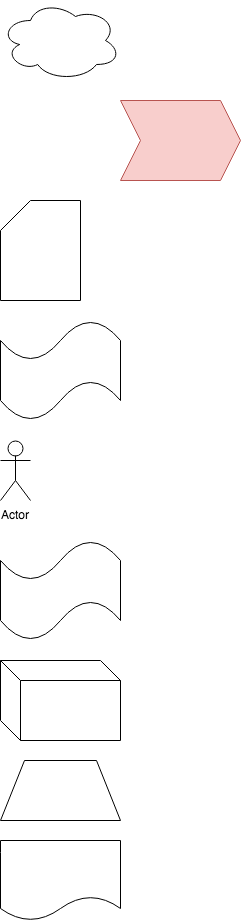
This is test.png from TKKRTKY/benkyoukai_2018, a draw.io export, as it was before one commit. Source tidied: cells renumbered, new cells last; positions are measured from the earlier drawing's top-left corner, leaving out a move shared by most shapes.
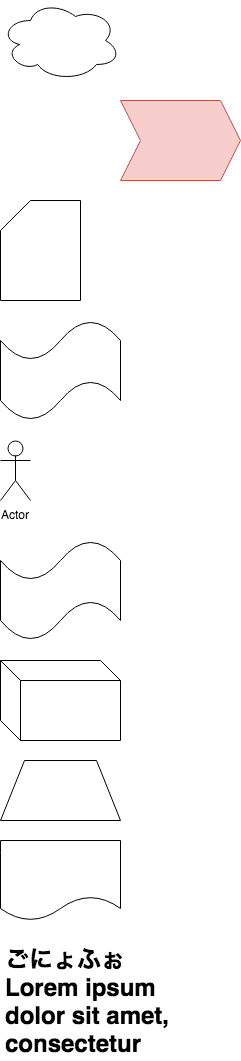
Later version of the same file.

Diff of the diagram source:
```diff
@@ -29,5 +29,8 @@
     <mxCell id="10" style="shape=document;whiteSpace=wrap;html=1;boundedLbl=1;" parent="1" vertex="1">
       <mxGeometry y="840" width="120" height="80" as="geometry" />
     </mxCell>
+    <mxCell id="11" value="&lt;h1&gt;ごにょふぉLorem ipsum dolor sit amet, consectetur adipisicing elit, sed do eiusmod tempor incididunt ut labore et dolore magna aliqua.&lt;br&gt;&lt;/h1&gt;" style="text;html=1;strokeColor=none;fillColor=none;spacing=5;spacingTop=-20;whiteSpace=wrap;overflow=hidden;rounded=0;" parent="1" vertex="1">
+      <mxGeometry y="940" width="190" height="120" as="geometry" />
+    </mxCell>
   </root>
 </mxGraphModel>
```
